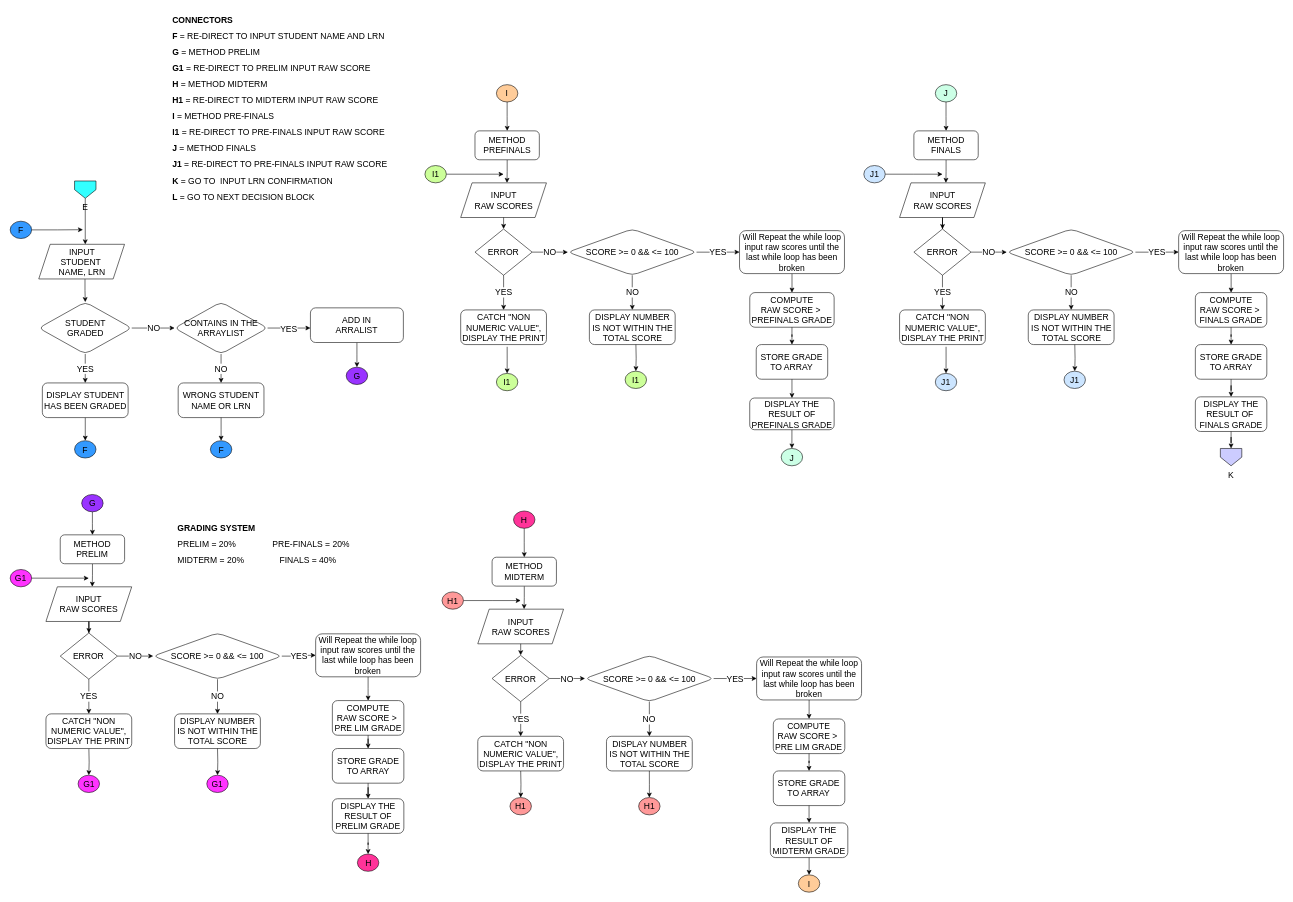
Before: page "Page-2" (2 of 3) of FINAL-DEF-FLOWCHART.drawio in Shigetora01/Grading-Sytem-Final-Project, a draw.io diagram. Source tidied: cells renumbered, new cells numbered last; positions are measured from the earlier drawing's top-left corner, leaving out a move shared by most shapes. Both pictures are drawn from the tidied source at 57%, with x=0, y=0 at pixel (10, 15).
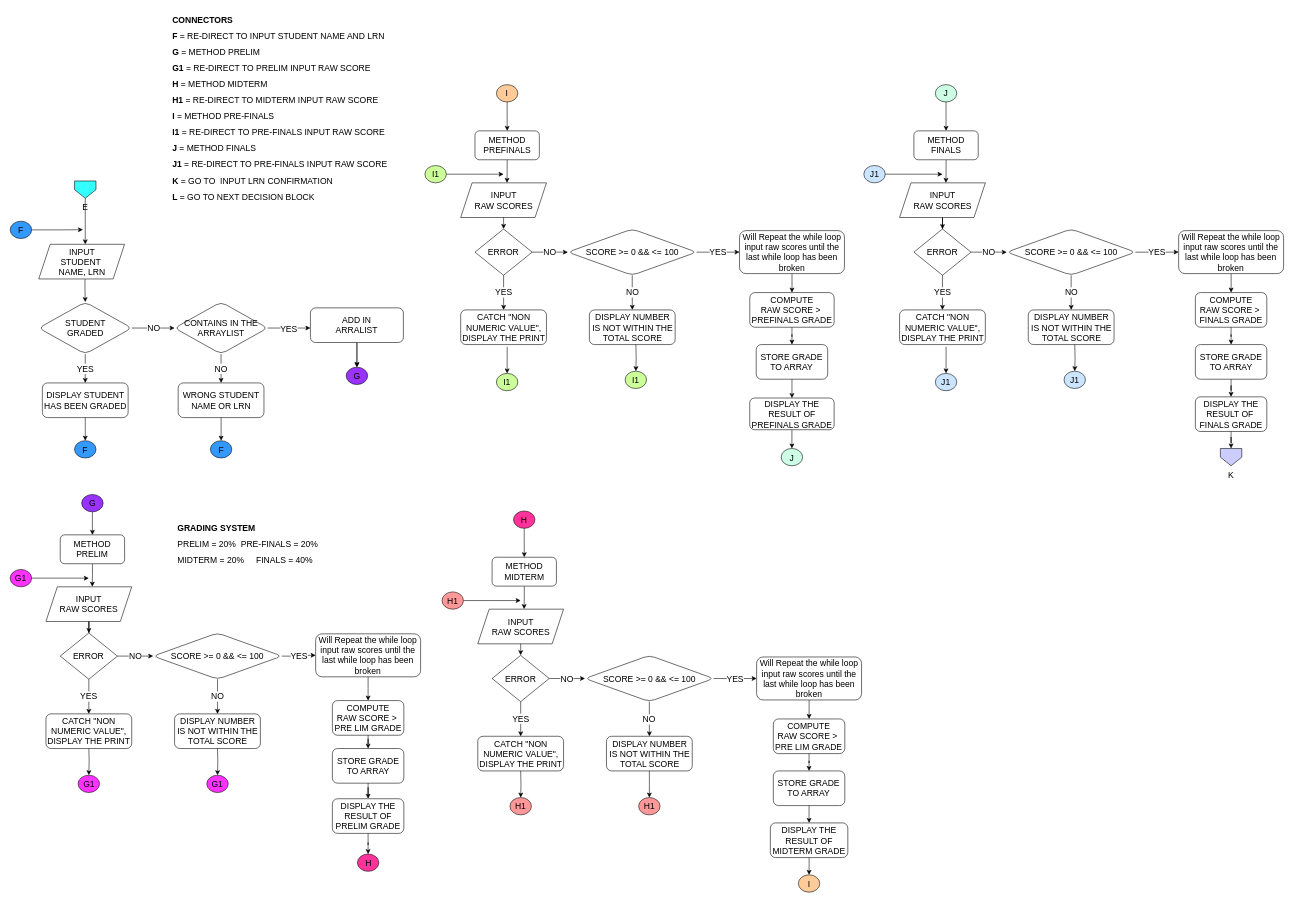
The same page after the edit.

The change refers to these unchanged cells:
```xml
<mxCell id="9" value="&lt;span style=&quot;font-size: 15px;&quot;&gt;ADD IN &lt;br style=&quot;font-size: 15px;&quot;&gt;ARRALIST&lt;/span&gt;&lt;span style=&quot;font-size: 15px;&quot;&gt;&lt;br style=&quot;font-size: 15px;&quot;&gt;&lt;/span&gt;" style="whiteSpace=wrap;html=1;fontSize=15;rounded=1;labelBackgroundColor=none;fontColor=#000000;" parent="1" vertex="1">
  <mxGeometry x="527.1" y="512.6" width="163.1" height="60.8" as="geometry" />
</mxCell>
<mxCell id="51" value="G" style="ellipse;whiteSpace=wrap;html=1;rounded=1;fontSize=15;labelBackgroundColor=none;fontColor=#000000;fillColor=#9933FF;" parent="1" vertex="1">
  <mxGeometry x="589.9" y="616.7" width="37.6" height="30.4" as="geometry" />
</mxCell>
```

What changed in the source:
```diff
@@
+    <mxCell id="141" style="edgeStyle=orthogonalEdgeStyle;rounded=0;jettySize=auto;html=1;" parent="1" edge="1" source="9" target="51">
+      <mxGeometry relative="1" as="geometry" />
+    </mxCell>
@@
-    <mxCell id="26" value="&lt;h1 style=&quot;font-size: 15px;&quot;&gt;&lt;span style=&quot;background-color: initial; font-size: 15px;&quot;&gt;GRADING SYSTEM&lt;/span&gt;&lt;/h1&gt;&lt;h1 style=&quot;font-size: 15px;&quot;&gt;&lt;span style=&quot;font-weight: normal; font-size: 15px;&quot;&gt;PRELIM = 20%&lt;span style=&quot;white-space: pre; font-size: 15px;&quot;&gt;&#9;&lt;/span&gt;&lt;span style=&quot;white-space: pre; font-size: 15px;&quot;&gt;&#9;&lt;/span&gt;PRE-FINALS = 20%&lt;/span&gt;&lt;/h1&gt;&lt;div style=&quot;font-size: 15px;&quot;&gt;MIDTERM = 20%&lt;span style=&quot;white-space: pre; font-size: 15px;&quot;&gt;&#9;&lt;/span&gt;&lt;span style=&quot;white-space: pre; font-size: 15px;&quot;&gt;&#9;&lt;/span&gt;&amp;nbsp; &amp;nbsp;FINALS = 40%&lt;/div&gt;" style="text;html=1;strokeColor=none;fillColor=none;spacing=5;spacingTop=-20;whiteSpace=wrap;overflow=hidden;rounded=1;fontSize=15;labelBorderColor=none;labelBackgroundColor=none;fontColor=#000000;" parent="1" vertex="1">
+    <mxCell id="26" value="&lt;h1 style=&quot;font-size: 15px;&quot;&gt;&lt;span style=&quot;background-color: initial; font-size: 15px;&quot;&gt;GRADING SYSTEM&lt;/span&gt;&lt;/h1&gt;&lt;h1 style=&quot;font-size: 15px;&quot;&gt;&lt;span style=&quot;font-weight: normal; font-size: 15px;&quot;&gt;PRELIM = 20%&lt;span style=&quot;white-space: pre; font-size: 15px;&quot;&gt; &lt;/span&gt;&lt;span style=&quot;white-space: pre; font-size: 15px;&quot;&gt; &lt;/span&gt;PRE-FINALS = 20%&lt;/span&gt;&lt;/h1&gt;&lt;div style=&quot;font-size: 15px;&quot;&gt;MIDTERM = 20%&lt;span style=&quot;white-space: pre; font-size: 15px;&quot;&gt; &lt;/span&gt;&lt;span style=&quot;white-space: pre; font-size: 15px;&quot;&gt; &lt;/span&gt;&amp;nbsp; &amp;nbsp;FINALS = 40%&lt;/div&gt;" style="text;html=1;strokeColor=none;fillColor=none;spacing=5;spacingTop=-20;whiteSpace=wrap;overflow=hidden;rounded=1;fontSize=15;labelBorderColor=none;labelBackgroundColor=none;fontColor=#000000;" parent="1" vertex="1">
       <mxGeometry x="288.8" y="891.1" width="331.7" height="90" as="geometry" />
     </mxCell>
```
